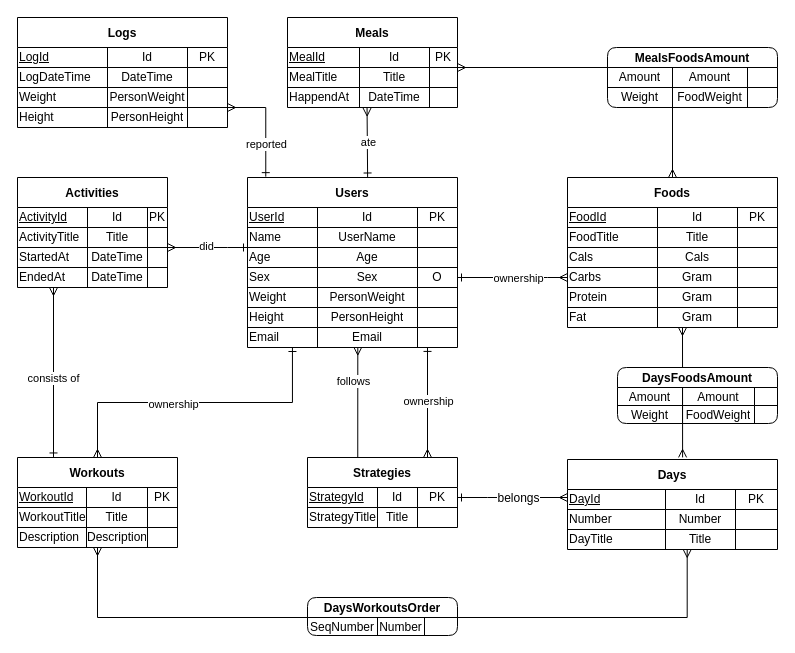
Above: erm.drawio in Emgariko/dbms-project (draw.io), before the change. Source tidied: cells renumbered, new cells numbered last; positions are measured from the earlier drawing's top-left corner, leaving out a move shared by most shapes. Both pictures are drawn from the tidied source at 100%, with x=0, y=0 at pixel (17, 17).
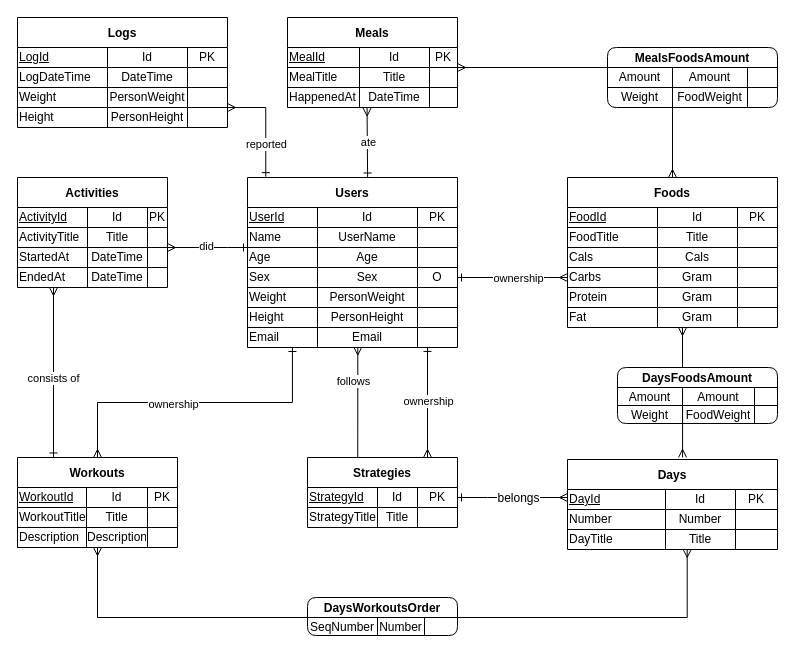
Above is the later version.

The change refers to these unchanged cells:
```xml
<mxCell id="103" style="shape=tableRow;horizontal=0;startSize=0;swimlaneHead=0;swimlaneBody=0;top=0;left=0;bottom=0;right=0;fillColor=none;points=[[0,0.5],[1,0.5]];portConstraint=eastwest;html=0;" parent="94" vertex="1">
  <mxGeometry y="70" width="170" height="20" as="geometry" />
</mxCell>
```

The edit, as a diff of the source:
```diff
@@
-    <mxCell id="104" value="HappendAt" style="shape=partialRectangle;html=1;whiteSpace=wrap;fillColor=none;top=0;left=0;bottom=0;right=0;overflow=hidden;align=left;" parent="103" vertex="1">
+    <mxCell id="104" value="HappenedAt" style="shape=partialRectangle;html=1;whiteSpace=wrap;fillColor=none;top=0;left=0;bottom=0;right=0;overflow=hidden;align=left;" parent="103" vertex="1">
       <mxGeometry width="72" height="20" as="geometry" />
     </mxCell>
```
